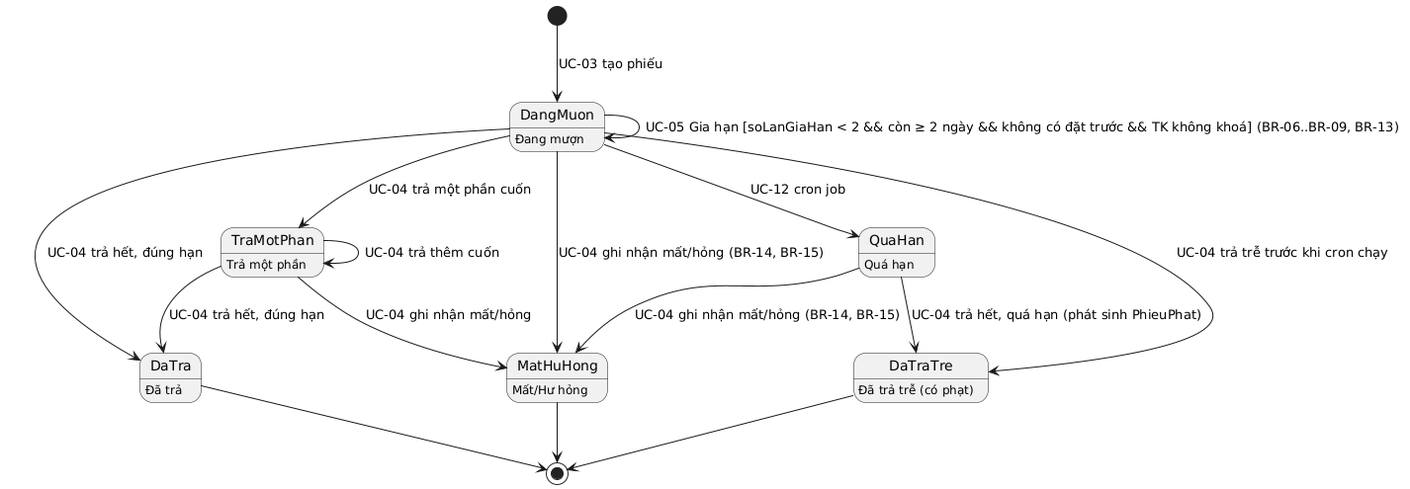
Above: docs/03-phan-tich/bieu-do-trang-thai/state-phieu-muon.png in mtmtmthehehe/OOAD (PlantUML), before the change. The source it was exported from:
```plantuml
@startuml
DangMuon : Đang mượn
QuaHan : Quá hạn
TraMotPhan : Trả một phần
DaTra : Đã trả
DaTraTre : Đã trả trễ (có phạt)
MatHuHong : Mất/Hư hỏng

[*] --> DangMuon : UC-03 tạo phiếu
DangMuon --> DangMuon : UC-05 Gia hạn [soLanGiaHan < 2 && còn ≥ 2 ngày && không có đặt trước && TK không khoá] (BR-06..BR-09, BR-13)
DangMuon --> QuaHan : UC-12 cron job
DangMuon --> TraMotPhan : UC-04 trả một phần cuốn
TraMotPhan --> TraMotPhan : UC-04 trả thêm cuốn
TraMotPhan --> DaTra : UC-04 trả hết, đúng hạn
DangMuon --> DaTra : UC-04 trả hết, đúng hạn
DangMuon --> DaTraTre : UC-04 trả trễ trước khi cron chạy
QuaHan --> DaTraTre : UC-04 trả hết, quá hạn (phát sinh PhieuPhat)
DangMuon --> MatHuHong : UC-04 ghi nhận mất/hỏng (BR-14, BR-15)
TraMotPhan --> MatHuHong : UC-04 ghi nhận mất/hỏng
QuaHan --> MatHuHong : UC-04 ghi nhận mất/hỏng (BR-14, BR-15)
DaTra --> [*]
DaTraTre --> [*]
MatHuHong --> [*]
@enduml
```
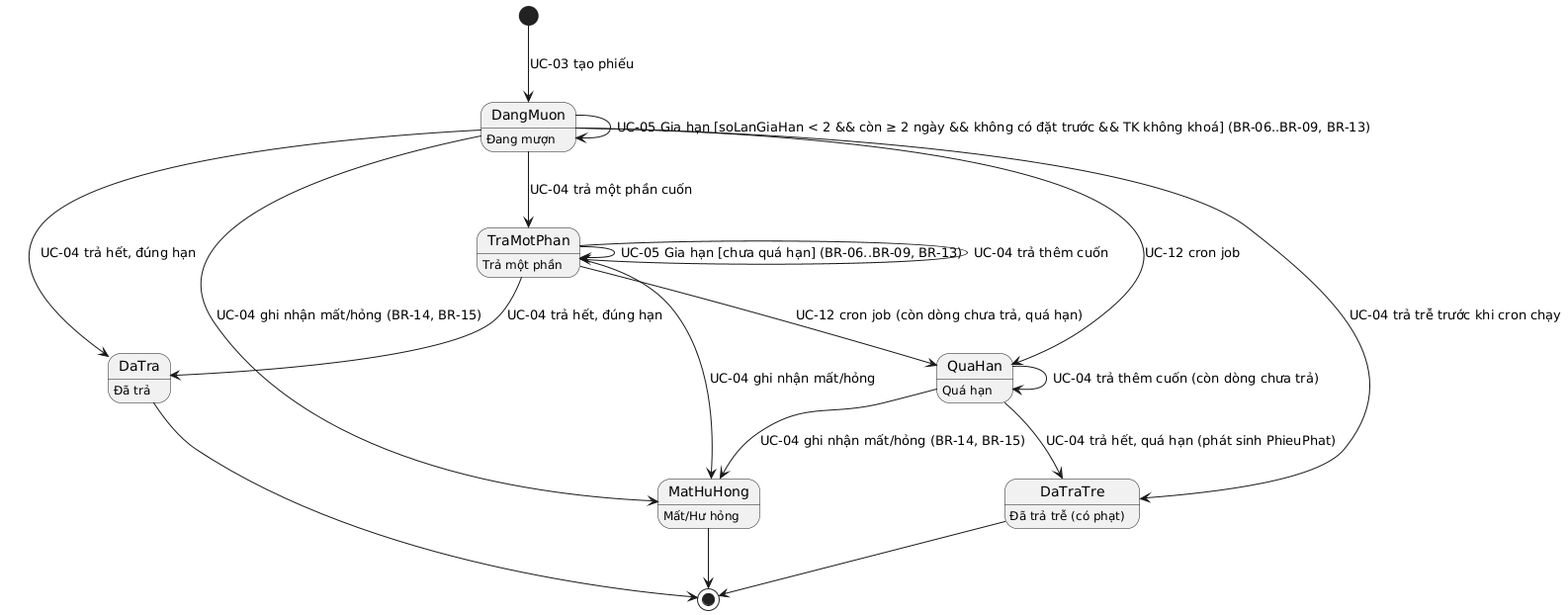
Later version of the same file.

The edit, as a diff of the source:
```diff
@@ -9,6 +9,9 @@
 [*] --> DangMuon : UC-03 tạo phiếu
 DangMuon --> DangMuon : UC-05 Gia hạn [soLanGiaHan < 2 && còn ≥ 2 ngày && không có đặt trước && TK không khoá] (BR-06..BR-09, BR-13)
 DangMuon --> QuaHan : UC-12 cron job
+TraMotPhan --> QuaHan : UC-12 cron job (còn dòng chưa trả, quá hạn)
+QuaHan --> QuaHan : UC-04 trả thêm cuốn (còn dòng chưa trả)
+TraMotPhan --> TraMotPhan : UC-05 Gia hạn [chưa quá hạn] (BR-06..BR-09, BR-13)
 DangMuon --> TraMotPhan : UC-04 trả một phần cuốn
 TraMotPhan --> TraMotPhan : UC-04 trả thêm cuốn
 TraMotPhan --> DaTra : UC-04 trả hết, đúng hạn
```
